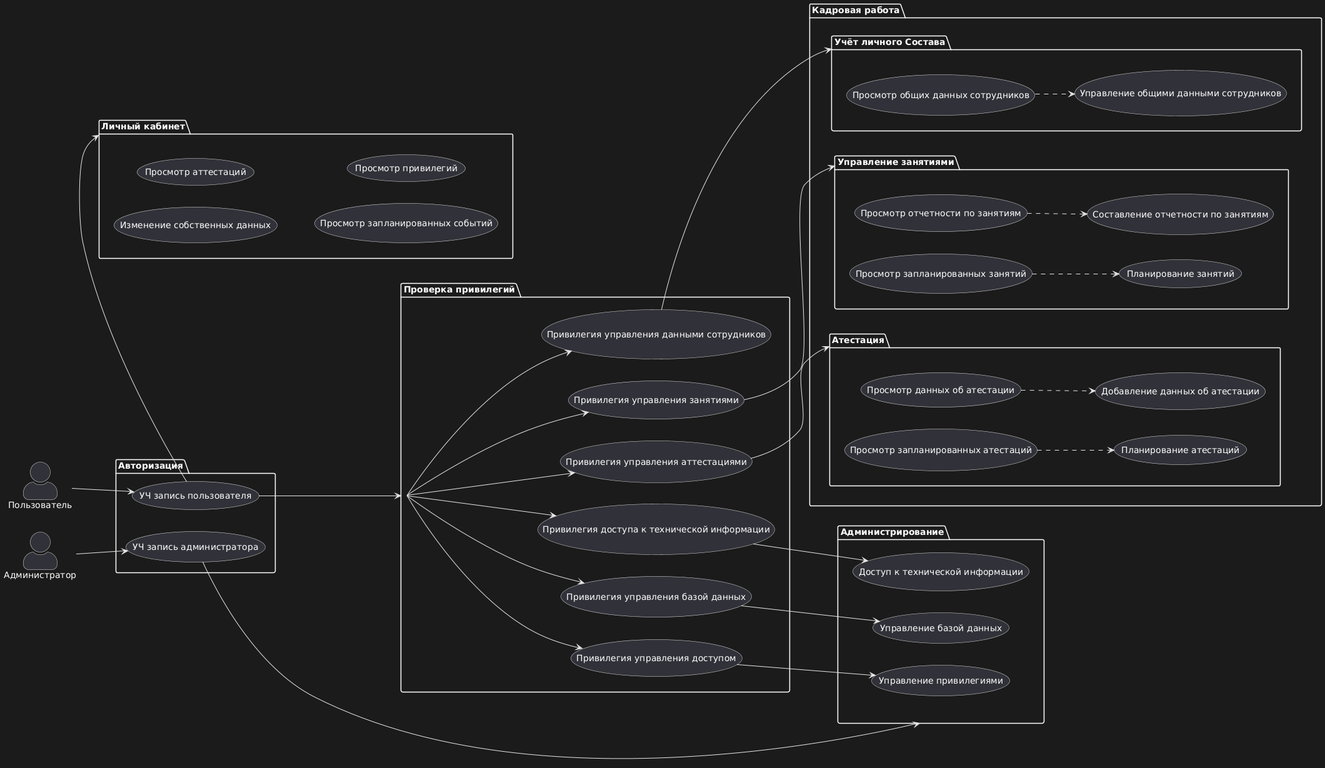
The PlantUML diagram docs/imgs/uml_diag_dark.png in SemionPetrov/ProjectMCHS, before a commit.
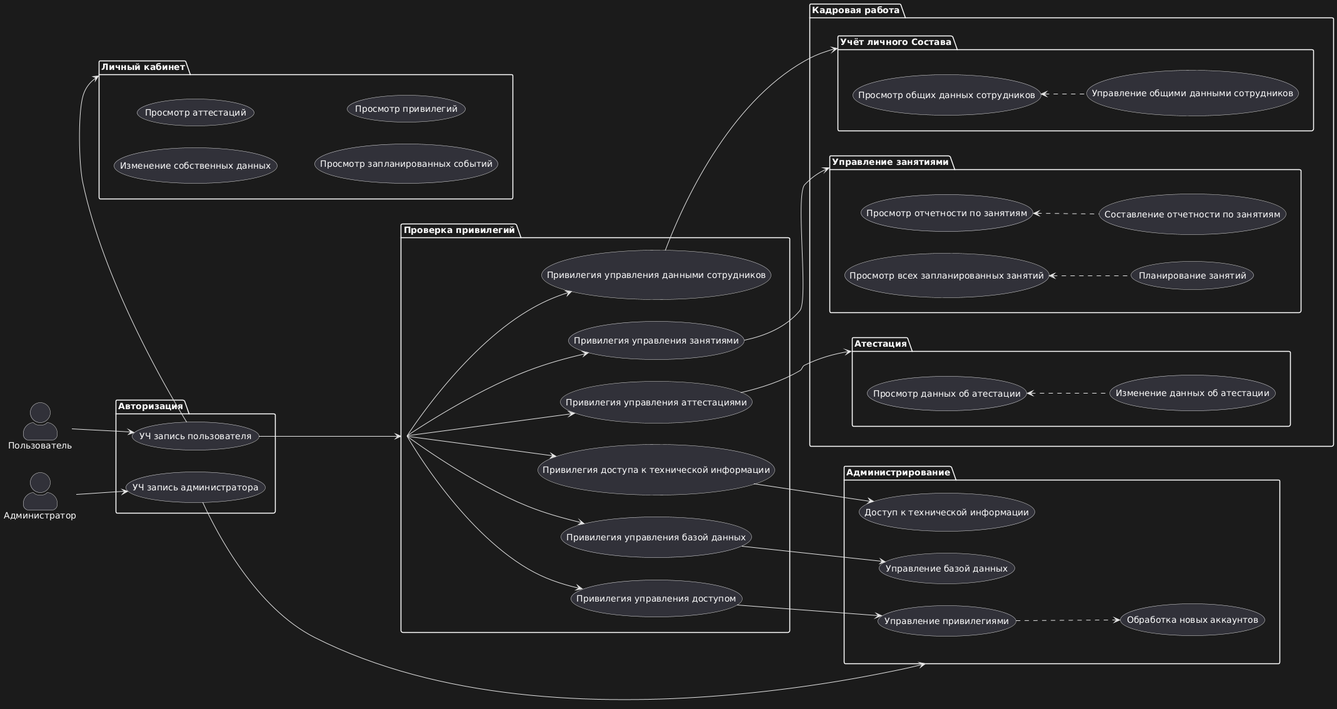
After the commit.

Diff of the diagram source:
```diff
@@ -12,15 +12,12 @@
 
 package "Кадровая работа" {
     package "Атестация" as certification {
-        usecase "Просмотр запланированных атестаций" as read_planned_sessions
-        usecase "Планирование атестаций" as planning_sessions
-
         usecase "Просмотр данных об атестации" as read_attestation_report
-        usecase "Добавление данных об атестации" as attestation_report_management
+        usecase "Изменение данных об атестации" as attestation_report_management
     }
 
     package "Управление занятиями" as exercise{
-        usecase "Просмотр запланированных занятий" as read_exercises
+        usecase "Просмотр всех запланированных занятий" as read_exercises
         usecase "Планирование занятий" as exercise_planning
 
         usecase "Просмотр отчетности по занятиям" as read_exercise_report
@@ -44,6 +41,7 @@
     usecase "Управление привилегиями" as access_control
     usecase "Управление базой данных" as db_control
     usecase "Доступ к технической информации" as backend_info
+    usecase "Обработка новых аккаунтов" as new_acc_aprove
 }
 
 package "Проверка привилегий" as priv_check {
@@ -78,14 +76,14 @@
 planning_sessions_priv --> exercise
 
 access_control_priv --> access_control
+access_control ..> new_acc_aprove
 db_control_priv --> db_control
 backend_info_priv --> backend_info
 
-read_planned_sessions ..> planning_sessions <<extend>>
-read_attestation_report ..> attestation_report_management <<extend>>
+read_attestation_report <.. attestation_report_management <<extend>>
 
-read_exercises ..> exercise_planning <<extend>>
-read_exercise_report ..> exercise_report_management <<extend>>
+read_exercises <.. exercise_planning <<extend>>
+read_exercise_report <.. exercise_report_management <<extend>>
 
-read_employee_data ..> employee_data_management <<extend>>
+read_employee_data <.. employee_data_management <<extend>>
 @enduml
```
